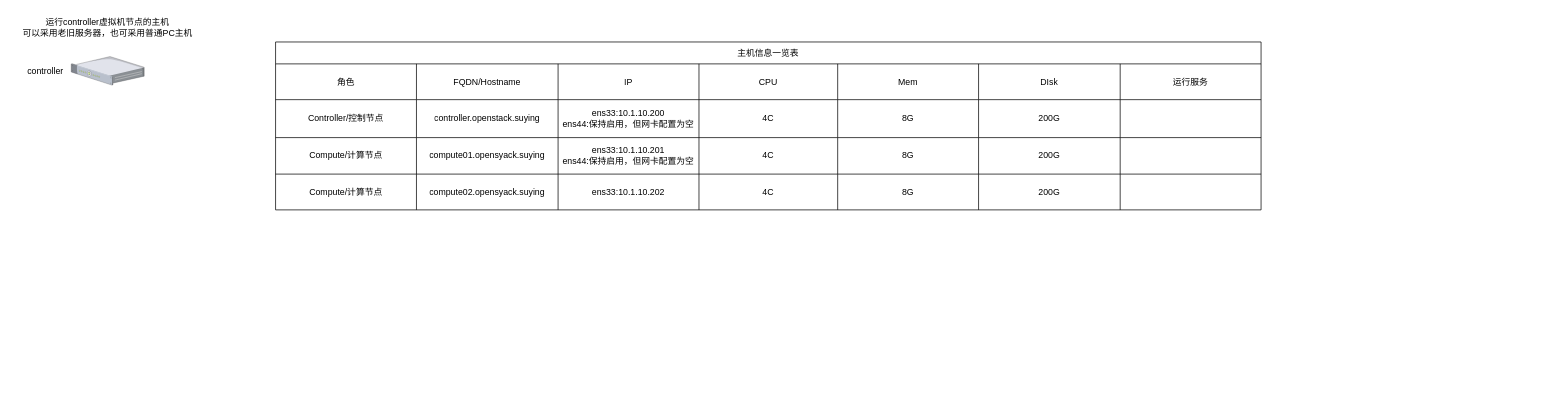
Before: page "第 1 页" (1 of 2) of 新一版结构图.drawio in lrAltas/DrwaIO, a draw.io diagram. Source tidied: cells renumbered, new cells numbered last; positions are measured from the earlier drawing's top-left corner, leaving out a move shared by most shapes. Both pictures are drawn from the tidied source at 73%, with x=0, y=0 at pixel (12, 12).
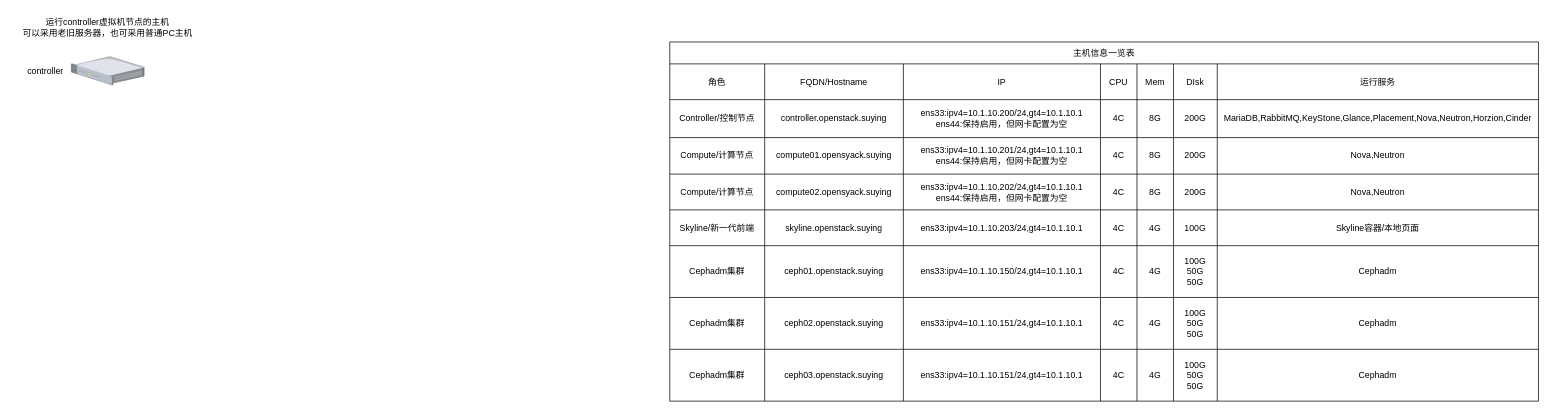
The same diagram, later.

Commit message (it also covers changes not shown here):
更新新一版结构图.drawio

What changed in the source:
```diff
@@
     <mxCell id="5" value="主机信息一览表" style="shape=table;startSize=30;childLayout=tableLayout;" parent="1" vertex="1">
-      <mxGeometry x="360" y="40" width="1350" height="230" as="geometry" />
+      <mxGeometry x="900" y="40" width="1190" height="492" as="geometry" />
     </mxCell>
     <mxCell id="6" style="shape=tableRow;horizontal=0;startSize=0;swimlaneHead=0;swimlaneBody=0;strokeColor=inherit;top=0;left=0;bottom=0;right=0;fillColor=none;" parent="5" vertex="1">
-      <mxGeometry y="30" width="1350" height="49" as="geometry" />
+      <mxGeometry y="30" width="1190" height="49" as="geometry" />
     </mxCell>
     <mxCell id="7" value="角色" style="shape=partialRectangle;html=1;whiteSpace=wrap;strokeColor=inherit;overflow=hidden;fillColor=none;top=0;left=0;bottom=0;right=0;" parent="6" vertex="1">
-      <mxGeometry width="193" height="49" as="geometry" />
+      <mxGeometry width="130" height="49" as="geometry" />
     </mxCell>
     <mxCell id="8" value="FQDN/Hostname" style="shape=partialRectangle;html=1;whiteSpace=wrap;strokeColor=inherit;overflow=hidden;fillColor=none;top=0;left=0;bottom=0;right=0;" parent="6" vertex="1">
-      <mxGeometry x="193" width="194" height="49" as="geometry" />
+      <mxGeometry x="130" width="190" height="49" as="geometry" />
     </mxCell>
     <mxCell id="9" value="IP" style="shape=partialRectangle;html=1;whiteSpace=wrap;strokeColor=inherit;overflow=hidden;fillColor=none;top=0;left=0;bottom=0;right=0;" parent="6" vertex="1">
-      <mxGeometry x="387" width="193" height="49" as="geometry" />
+      <mxGeometry x="320" width="270" height="49" as="geometry" />
     </mxCell>
     <mxCell id="10" value="CPU" style="shape=partialRectangle;html=1;whiteSpace=wrap;strokeColor=inherit;overflow=hidden;fillColor=none;top=0;left=0;bottom=0;right=0;" parent="6" vertex="1">
-      <mxGeometry x="580" width="190" height="49" as="geometry" />
+      <mxGeometry x="590" width="50" height="49" as="geometry" />
     </mxCell>
     <mxCell id="11" value="Mem" style="shape=partialRectangle;html=1;whiteSpace=wrap;strokeColor=inherit;overflow=hidden;fillColor=none;top=0;left=0;bottom=0;right=0;" parent="6" vertex="1">
-      <mxGeometry x="770" width="193" height="49" as="geometry" />
+      <mxGeometry x="640" width="50" height="49" as="geometry" />
     </mxCell>
     <mxCell id="12" value="DIsk" style="shape=partialRectangle;html=1;whiteSpace=wrap;strokeColor=inherit;overflow=hidden;fillColor=none;top=0;left=0;bottom=0;right=0;" parent="6" vertex="1">
-      <mxGeometry x="963" width="194" height="49" as="geometry" />
+      <mxGeometry x="690" width="60" height="49" as="geometry" />
     </mxCell>
     <mxCell id="13" value="运行服务" style="shape=partialRectangle;html=1;whiteSpace=wrap;strokeColor=inherit;overflow=hidden;fillColor=none;top=0;left=0;bottom=0;right=0;" parent="6" vertex="1">
-      <mxGeometry x="1157" width="193" height="49" as="geometry" />
+      <mxGeometry x="750" width="440" height="49" as="geometry" />
     </mxCell>
     <mxCell id="14" style="shape=tableRow;horizontal=0;startSize=0;swimlaneHead=0;swimlaneBody=0;strokeColor=inherit;top=0;left=0;bottom=0;right=0;fillColor=none;" parent="5" vertex="1">
-      <mxGeometry y="79" width="1350" height="52" as="geometry" />
+      <mxGeometry y="79" width="1190" height="52" as="geometry" />
     </mxCell>
     <mxCell id="15" value="Controller/控制节点" style="shape=partialRectangle;html=1;whiteSpace=wrap;strokeColor=inherit;overflow=hidden;fillColor=none;top=0;left=0;bottom=0;right=0;" parent="14" vertex="1">
-      <mxGeometry width="193" height="52" as="geometry" />
+      <mxGeometry width="130" height="52" as="geometry" />
     </mxCell>
     <mxCell id="16" value="controller.openstack.suying" style="shape=partialRectangle;html=1;whiteSpace=wrap;strokeColor=inherit;overflow=hidden;fillColor=none;top=0;left=0;bottom=0;right=0;" parent="14" vertex="1">
-      <mxGeometry x="193" width="194" height="52" as="geometry" />
+      <mxGeometry x="130" width="190" height="52" as="geometry" />
     </mxCell>
-    <mxCell id="17" value="&lt;div&gt;ens33:10.1.10.200&lt;/div&gt;&lt;div&gt;ens44:保持启用，但网卡配置为空&lt;/div&gt;" style="shape=partialRectangle;html=1;whiteSpace=wrap;strokeColor=inherit;overflow=hidden;fillColor=none;top=0;left=0;bottom=0;right=0;" parent="14" vertex="1">
-      <mxGeometry x="387" width="193" height="52" as="geometry" />
+    <mxCell id="17" value="&lt;div&gt;ens33:ipv4=10.1.10.200/24,gt4=10.1.10.1&lt;/div&gt;&lt;div&gt;ens44:保持启用，但网卡配置为空&lt;/div&gt;" style="shape=partialRectangle;html=1;whiteSpace=wrap;strokeColor=inherit;overflow=hidden;fillColor=none;top=0;left=0;bottom=0;right=0;" parent="14" vertex="1">
+      <mxGeometry x="320" width="270" height="52" as="geometry" />
     </mxCell>
     <mxCell id="18" value="4C" style="shape=partialRectangle;html=1;whiteSpace=wrap;strokeColor=inherit;overflow=hidden;fillColor=none;top=0;left=0;bottom=0;right=0;" parent="14" vertex="1">
-      <mxGeometry x="580" width="190" height="52" as="geometry" />
+      <mxGeometry x="590" width="50" height="52" as="geometry" />
     </mxCell>
     <mxCell id="19" value="8G" style="shape=partialRectangle;html=1;whiteSpace=wrap;strokeColor=inherit;overflow=hidden;fillColor=none;top=0;left=0;bottom=0;right=0;" parent="14" vertex="1">
-      <mxGeometry x="770" width="193" height="52" as="geometry" />
+      <mxGeometry x="640" width="50" height="52" as="geometry" />
     </mxCell>
     <mxCell id="20" value="200G" style="shape=partialRectangle;html=1;whiteSpace=wrap;strokeColor=inherit;overflow=hidden;fillColor=none;top=0;left=0;bottom=0;right=0;" parent="14" vertex="1">
-      <mxGeometry x="963" width="194" height="52" as="geometry" />
+      <mxGeometry x="690" width="60" height="52" as="geometry" />
     </mxCell>
-    <mxCell id="21" style="shape=partialRectangle;html=1;whiteSpace=wrap;strokeColor=inherit;overflow=hidden;fillColor=none;top=0;left=0;bottom=0;right=0;" parent="14" vertex="1">
-      <mxGeometry x="1157" width="193" height="52" as="geometry" />
+    <mxCell id="21" value="MariaDB,RabbitMQ,KeyStone,Glance,Placement,Nova,Neutron,Horzion,Cinder" style="shape=partialRectangle;html=1;whiteSpace=wrap;strokeColor=inherit;overflow=hidden;fillColor=none;top=0;left=0;bottom=0;right=0;" parent="14" vertex="1">
+      <mxGeometry x="750" width="440" height="52" as="geometry" />
     </mxCell>
     <mxCell id="22" style="shape=tableRow;horizontal=0;startSize=0;swimlaneHead=0;swimlaneBody=0;strokeColor=inherit;top=0;left=0;bottom=0;right=0;fillColor=none;" parent="5" vertex="1">
-      <mxGeometry y="131" width="1350" height="50" as="geometry" />
+      <mxGeometry y="131" width="1190" height="50" as="geometry" />
     </mxCell>
     <mxCell id="23" value="Compute/计算节点" style="shape=partialRectangle;html=1;whiteSpace=wrap;strokeColor=inherit;overflow=hidden;fillColor=none;top=0;left=0;bottom=0;right=0;" parent="22" vertex="1">
-      <mxGeometry width="193" height="50" as="geometry" />
+      <mxGeometry width="130" height="50" as="geometry" />
     </mxCell>
     <mxCell id="24" value="compute01.opensyack.suying" style="shape=partialRectangle;html=1;whiteSpace=wrap;strokeColor=inherit;overflow=hidden;fillColor=none;top=0;left=0;bottom=0;right=0;" parent="22" vertex="1">
-      <mxGeometry x="193" width="194" height="50" as="geometry" />
+      <mxGeometry x="130" width="190" height="50" as="geometry" />
     </mxCell>
-    <mxCell id="25" value="&lt;div&gt;ens33:10.1.10.201&lt;/div&gt;&lt;div&gt;&lt;div&gt;ens44:保持启用，但网卡配置为空&lt;/div&gt;&lt;/div&gt;" style="shape=partialRectangle;html=1;whiteSpace=wrap;strokeColor=inherit;overflow=hidden;fillColor=none;top=0;left=0;bottom=0;right=0;" parent="22" vertex="1">
-      <mxGeometry x="387" width="193" height="50" as="geometry" />
+    <mxCell id="25" value="&lt;div&gt;ens33:ipv4=10.1.10.201/24,gt4=10.1.10.1&lt;/div&gt;&lt;div&gt;&lt;div&gt;ens44:保持启用，但网卡配置为空&lt;/div&gt;&lt;/div&gt;" style="shape=partialRectangle;html=1;whiteSpace=wrap;strokeColor=inherit;overflow=hidden;fillColor=none;top=0;left=0;bottom=0;right=0;" parent="22" vertex="1">
+      <mxGeometry x="320" width="270" height="50" as="geometry" />
     </mxCell>
     <mxCell id="26" value="4C" style="shape=partialRectangle;html=1;whiteSpace=wrap;strokeColor=inherit;overflow=hidden;fillColor=none;top=0;left=0;bottom=0;right=0;" parent="22" vertex="1">
-      <mxGeometry x="580" width="190" height="50" as="geometry" />
+      <mxGeometry x="590" width="50" height="50" as="geometry" />
     </mxCell>
     <mxCell id="27" value="8G" style="shape=partialRectangle;html=1;whiteSpace=wrap;strokeColor=inherit;overflow=hidden;fillColor=none;top=0;left=0;bottom=0;right=0;" parent="22" vertex="1">
-      <mxGeometry x="770" width="193" height="50" as="geometry" />
+      <mxGeometry x="640" width="50" height="50" as="geometry" />
     </mxCell>
     <mxCell id="28" value="200G" style="shape=partialRectangle;html=1;whiteSpace=wrap;strokeColor=inherit;overflow=hidden;fillColor=none;top=0;left=0;bottom=0;right=0;" parent="22" vertex="1">
-      <mxGeometry x="963" width="194" height="50" as="geometry" />
+      <mxGeometry x="690" width="60" height="50" as="geometry" />
     </mxCell>
-    <mxCell id="29" style="shape=partialRectangle;html=1;whiteSpace=wrap;strokeColor=inherit;overflow=hidden;fillColor=none;top=0;left=0;bottom=0;right=0;" parent="22" vertex="1">
-      <mxGeometry x="1157" width="193" height="50" as="geometry" />
+    <mxCell id="29" value="Nova,Neutron" style="shape=partialRectangle;html=1;whiteSpace=wrap;strokeColor=inherit;overflow=hidden;fillColor=none;top=0;left=0;bottom=0;right=0;" parent="22" vertex="1">
+      <mxGeometry x="750" width="440" height="50" as="geometry" />
     </mxCell>
     <mxCell id="30" style="shape=tableRow;horizontal=0;startSize=0;swimlaneHead=0;swimlaneBody=0;strokeColor=inherit;top=0;left=0;bottom=0;right=0;fillColor=none;" parent="5" vertex="1">
-      <mxGeometry y="181" width="1350" height="49" as="geometry" />
+      <mxGeometry y="181" width="1190" height="49" as="geometry" />
     </mxCell>
     <mxCell id="31" value="Compute/计算节点" style="shape=partialRectangle;html=1;whiteSpace=wrap;strokeColor=inherit;overflow=hidden;fillColor=none;top=0;left=0;bottom=0;right=0;" parent="30" vertex="1">
-      <mxGeometry width="193" height="49" as="geometry" />
+      <mxGeometry width="130" height="49" as="geometry" />
     </mxCell>
     <mxCell id="32" value="compute02.opensyack.suying" style="shape=partialRectangle;html=1;whiteSpace=wrap;strokeColor=inherit;overflow=hidden;fillColor=none;top=0;left=0;bottom=0;right=0;" parent="30" vertex="1">
-      <mxGeometry x="193" width="194" height="49" as="geometry" />
+      <mxGeometry x="130" width="190" height="49" as="geometry" />
     </mxCell>
-    <mxCell id="33" value="ens33:10.1.10.202" style="shape=partialRectangle;html=1;whiteSpace=wrap;strokeColor=inherit;overflow=hidden;fillColor=none;top=0;left=0;bottom=0;right=0;" parent="30" vertex="1">
-      <mxGeometry x="387" width="193" height="49" as="geometry" />
+    <mxCell id="33" value="&lt;div&gt;ens33:ipv4=10.1.10.202/24,gt4=10.1.10.1&lt;/div&gt;&lt;div&gt;&lt;div&gt;&lt;div&gt;ens44:保持启用，但网卡配置为空&lt;/div&gt;&lt;/div&gt;&lt;/div&gt;" style="shape=partialRectangle;html=1;whiteSpace=wrap;strokeColor=inherit;overflow=hidden;fillColor=none;top=0;left=0;bottom=0;right=0;" parent="30" vertex="1">
+      <mxGeometry x="320" width="270" height="49" as="geometry" />
     </mxCell>
     <mxCell id="34" value="4C" style="shape=partialRectangle;html=1;whiteSpace=wrap;strokeColor=inherit;overflow=hidden;fillColor=none;top=0;left=0;bottom=0;right=0;" parent="30" vertex="1">
-      <mxGeometry x="580" width="190" height="49" as="geometry" />
+      <mxGeometry x="590" width="50" height="49" as="geometry" />
     </mxCell>
     <mxCell id="35" value="8G" style="shape=partialRectangle;html=1;whiteSpace=wrap;strokeColor=inherit;overflow=hidden;fillColor=none;top=0;left=0;bottom=0;right=0;" parent="30" vertex="1">
-      <mxGeometry x="770" width="193" height="49" as="geometry" />
+      <mxGeometry x="640" width="50" height="49" as="geometry" />
     </mxCell>
     <mxCell id="36" value="200G" style="shape=partialRectangle;html=1;whiteSpace=wrap;strokeColor=inherit;overflow=hidden;fillColor=none;top=0;left=0;bottom=0;right=0;" parent="30" vertex="1">
-      <mxGeometry x="963" width="194" height="49" as="geometry" />
+      <mxGeometry x="690" width="60" height="49" as="geometry" />
     </mxCell>
-    <mxCell id="37" style="shape=partialRectangle;html=1;whiteSpace=wrap;strokeColor=inherit;overflow=hidden;fillColor=none;top=0;left=0;bottom=0;right=0;" parent="30" vertex="1">
-      <mxGeometry x="1157" width="193" height="49" as="geometry" />
+    <mxCell id="37" value="Nova,Neutron" style="shape=partialRectangle;html=1;whiteSpace=wrap;strokeColor=inherit;overflow=hidden;fillColor=none;top=0;left=0;bottom=0;right=0;" parent="30" vertex="1">
+      <mxGeometry x="750" width="440" height="49" as="geometry" />
     </mxCell>
+    <mxCell id="38" style="shape=tableRow;horizontal=0;startSize=0;swimlaneHead=0;swimlaneBody=0;strokeColor=inherit;top=0;left=0;bottom=0;right=0;fillColor=none;" parent="5" vertex="1">
+      <mxGeometry y="230" width="1190" height="49" as="geometry" />
+    </mxCell>
+    <mxCell id="39" value="Skyline/新一代前端" style="shape=partialRectangle;html=1;whiteSpace=wrap;strokeColor=inherit;overflow=hidden;fillColor=none;top=0;left=0;bottom=0;right=0;" parent="38" vertex="1">
+      <mxGeometry width="130" height="49" as="geometry" />
+    </mxCell>
+    <mxCell id="40" value="skyline.openstack.suying" style="shape=partialRectangle;html=1;whiteSpace=wrap;strokeColor=inherit;overflow=hidden;fillColor=none;top=0;left=0;bottom=0;right=0;" parent="38" vertex="1">
+      <mxGeometry x="130" width="190" height="49" as="geometry" />
+    </mxCell>
+    <mxCell id="41" value="ens33:ipv4=10.1.10.203/24,gt4=10.1.10.1" style="shape=partialRectangle;html=1;whiteSpace=wrap;strokeColor=inherit;overflow=hidden;fillColor=none;top=0;left=0;bottom=0;right=0;" parent="38" vertex="1">
+      <mxGeometry x="320" width="270" height="49" as="geometry" />
+    </mxCell>
+    <mxCell id="42" value="4C" style="shape=partialRectangle;html=1;whiteSpace=wrap;strokeColor=inherit;overflow=hidden;fillColor=none;top=0;left=0;bottom=0;right=0;" parent="38" vertex="1">
+      <mxGeometry x="590" width="50" height="49" as="geometry" />
+    </mxCell>
+    <mxCell id="43" value="4G" style="shape=partialRectangle;html=1;whiteSpace=wrap;strokeColor=inherit;overflow=hidden;fillColor=none;top=0;left=0;bottom=0;right=0;" parent="38" vertex="1">
+      <mxGeometry x="640" width="50" height="49" as="geometry" />
+    </mxCell>
+    <mxCell id="44" value="100G" style="shape=partialRectangle;html=1;whiteSpace=wrap;strokeColor=inherit;overflow=hidden;fillColor=none;top=0;left=0;bottom=0;right=0;" parent="38" vertex="1">
+      <mxGeometry x="690" width="60" height="49" as="geometry" />
+    </mxCell>
+    <mxCell id="45" value="Skyline容器/本地页面" style="shape=partialRectangle;html=1;whiteSpace=wrap;strokeColor=inherit;overflow=hidden;fillColor=none;top=0;left=0;bottom=0;right=0;" parent="38" vertex="1">
+      <mxGeometry x="750" width="440" height="49" as="geometry" />
+    </mxCell>
+    <mxCell id="46" style="shape=tableRow;horizontal=0;startSize=0;swimlaneHead=0;swimlaneBody=0;strokeColor=inherit;top=0;left=0;bottom=0;right=0;fillColor=none;" parent="5" vertex="1">
+      <mxGeometry y="279" width="1190" height="71" as="geometry" />
+    </mxCell>
+    <mxCell id="47" value="Cephadm集群" style="shape=partialRectangle;html=1;whiteSpace=wrap;strokeColor=inherit;overflow=hidden;fillColor=none;top=0;left=0;bottom=0;right=0;" parent="46" vertex="1">
+      <mxGeometry width="130" height="71" as="geometry" />
+    </mxCell>
+    <mxCell id="48" value="ceph01.openstack.suying" style="shape=partialRectangle;html=1;whiteSpace=wrap;strokeColor=inherit;overflow=hidden;fillColor=none;top=0;left=0;bottom=0;right=0;" parent="46" vertex="1">
+      <mxGeometry x="130" width="190" height="71" as="geometry" />
+    </mxCell>
+    <mxCell id="49" value="ens33:ipv4=10.1.10.150/24,gt4=10.1.10.1" style="shape=partialRectangle;html=1;whiteSpace=wrap;strokeColor=inherit;overflow=hidden;fillColor=none;top=0;left=0;bottom=0;right=0;" parent="46" vertex="1">
+      <mxGeometry x="320" width="270" height="71" as="geometry" />
+    </mxCell>
+    <mxCell id="50" value="4C" style="shape=partialRectangle;html=1;whiteSpace=wrap;strokeColor=inherit;overflow=hidden;fillColor=none;top=0;left=0;bottom=0;right=0;" parent="46" vertex="1">
+      <mxGeometry x="590" width="50" height="71" as="geometry" />
+    </mxCell>
+    <mxCell id="51" value="4G" style="shape=partialRectangle;html=1;whiteSpace=wrap;strokeColor=inherit;overflow=hidden;fillColor=none;top=0;left=0;bottom=0;right=0;" parent="46" vertex="1">
+      <mxGeometry x="640" width="50" height="71" as="geometry" />
+    </mxCell>
+    <mxCell id="52" value="&lt;div&gt;100G&lt;/div&gt;&lt;div&gt;50G&lt;/div&gt;&lt;div&gt;50G&lt;/div&gt;" style="shape=partialRectangle;html=1;whiteSpace=wrap;strokeColor=inherit;overflow=hidden;fillColor=none;top=0;left=0;bottom=0;right=0;" parent="46" vertex="1">
+      <mxGeometry x="690" width="60" height="71" as="geometry" />
+    </mxCell>
+    <mxCell id="53" value="Cephadm" style="shape=partialRectangle;html=1;whiteSpace=wrap;strokeColor=inherit;overflow=hidden;fillColor=none;top=0;left=0;bottom=0;right=0;" parent="46" vertex="1">
+      <mxGeometry x="750" width="440" height="71" as="geometry" />
+    </mxCell>
+    <mxCell id="54" style="shape=tableRow;horizontal=0;startSize=0;swimlaneHead=0;swimlaneBody=0;strokeColor=inherit;top=0;left=0;bottom=0;right=0;fillColor=none;" parent="5" vertex="1">
+      <mxGeometry y="350" width="1190" height="71" as="geometry" />
+    </mxCell>
+    <mxCell id="55" value="Cephadm集群" style="shape=partialRectangle;html=1;whiteSpace=wrap;strokeColor=inherit;overflow=hidden;fillColor=none;top=0;left=0;bottom=0;right=0;" parent="54" vertex="1">
+      <mxGeometry width="130" height="71" as="geometry" />
+    </mxCell>
+    <mxCell id="56" value="ceph02.openstack.suying" style="shape=partialRectangle;html=1;whiteSpace=wrap;strokeColor=inherit;overflow=hidden;fillColor=none;top=0;left=0;bottom=0;right=0;" parent="54" vertex="1">
+      <mxGeometry x="130" width="190" height="71" as="geometry" />
+    </mxCell>
+    <mxCell id="57" value="ens33:ipv4=10.1.10.151/24,gt4=10.1.10.1" style="shape=partialRectangle;html=1;whiteSpace=wrap;strokeColor=inherit;overflow=hidden;fillColor=none;top=0;left=0;bottom=0;right=0;" parent="54" vertex="1">
+      <mxGeometry x="320" width="270" height="71" as="geometry" />
+    </mxCell>
+    <mxCell id="58" value="4C" style="shape=partialRectangle;html=1;whiteSpace=wrap;strokeColor=inherit;overflow=hidden;fillColor=none;top=0;left=0;bottom=0;right=0;" parent="54" vertex="1">
+      <mxGeometry x="590" width="50" height="71" as="geometry" />
+    </mxCell>
+    <mxCell id="59" value="4G" style="shape=partialRectangle;html=1;whiteSpace=wrap;strokeColor=inherit;overflow=hidden;fillColor=none;top=0;left=0;bottom=0;right=0;" parent="54" vertex="1">
+      <mxGeometry x="640" width="50" height="71" as="geometry" />
+    </mxCell>
+    <mxCell id="60" value="&lt;div&gt;100G&lt;/div&gt;&lt;div&gt;50G&lt;/div&gt;&lt;div&gt;50G&lt;/div&gt;" style="shape=partialRectangle;html=1;whiteSpace=wrap;strokeColor=inherit;overflow=hidden;fillColor=none;top=0;left=0;bottom=0;right=0;" parent="54" vertex="1">
+      <mxGeometry x="690" width="60" height="71" as="geometry" />
+    </mxCell>
+    <mxCell id="61" value="Cephadm" style="shape=partialRectangle;html=1;whiteSpace=wrap;strokeColor=inherit;overflow=hidden;fillColor=none;top=0;left=0;bottom=0;right=0;" parent="54" vertex="1">
+      <mxGeometry x="750" width="440" height="71" as="geometry" />
+    </mxCell>
+    <mxCell id="62" style="shape=tableRow;horizontal=0;startSize=0;swimlaneHead=0;swimlaneBody=0;strokeColor=inherit;top=0;left=0;bottom=0;right=0;fillColor=none;" parent="5" vertex="1">
+      <mxGeometry y="421" width="1190" height="71" as="geometry" />
+    </mxCell>
+    <mxCell id="63" value="Cephadm集群" style="shape=partialRectangle;html=1;whiteSpace=wrap;strokeColor=inherit;overflow=hidden;fillColor=none;top=0;left=0;bottom=0;right=0;" parent="62" vertex="1">
+      <mxGeometry width="130" height="71" as="geometry" />
+    </mxCell>
+    <mxCell id="64" value="ceph03.openstack.suying" style="shape=partialRectangle;html=1;whiteSpace=wrap;strokeColor=inherit;overflow=hidden;fillColor=none;top=0;left=0;bottom=0;right=0;" parent="62" vertex="1">
+      <mxGeometry x="130" width="190" height="71" as="geometry" />
+    </mxCell>
+    <mxCell id="65" value="ens33:ipv4=10.1.10.151/24,gt4=10.1.10.1" style="shape=partialRectangle;html=1;whiteSpace=wrap;strokeColor=inherit;overflow=hidden;fillColor=none;top=0;left=0;bottom=0;right=0;" parent="62" vertex="1">
+      <mxGeometry x="320" width="270" height="71" as="geometry" />
+    </mxCell>
+    <mxCell id="66" value="4C" style="shape=partialRectangle;html=1;whiteSpace=wrap;strokeColor=inherit;overflow=hidden;fillColor=none;top=0;left=0;bottom=0;right=0;" parent="62" vertex="1">
+      <mxGeometry x="590" width="50" height="71" as="geometry" />
+    </mxCell>
+    <mxCell id="67" value="4G" style="shape=partialRectangle;html=1;whiteSpace=wrap;strokeColor=inherit;overflow=hidden;fillColor=none;top=0;left=0;bottom=0;right=0;" parent="62" vertex="1">
+      <mxGeometry x="640" width="50" height="71" as="geometry" />
+    </mxCell>
+    <mxCell id="68" value="&lt;div&gt;100G&lt;/div&gt;&lt;div&gt;50G&lt;/div&gt;&lt;div&gt;50G&lt;/div&gt;" style="shape=partialRectangle;html=1;whiteSpace=wrap;strokeColor=inherit;overflow=hidden;fillColor=none;top=0;left=0;bottom=0;right=0;" parent="62" vertex="1">
+      <mxGeometry x="690" width="60" height="71" as="geometry" />
+    </mxCell>
+    <mxCell id="69" value="Cephadm" style="shape=partialRectangle;html=1;whiteSpace=wrap;strokeColor=inherit;overflow=hidden;fillColor=none;top=0;left=0;bottom=0;right=0;" parent="62" vertex="1">
+      <mxGeometry x="750" width="440" height="71" as="geometry" />
+    </mxCell>
```
